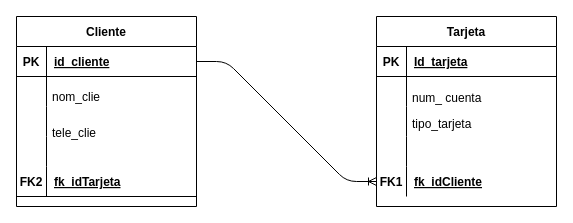
Before: Untitled Diagram.drawio in mecs123/ClienteTarjetaSpringBoot, a draw.io diagram. Source tidied: cells renumbered, new cells numbered last; positions are measured from the earlier drawing's top-left corner, leaving out a move shared by most shapes. Both pictures are drawn from the tidied source at 100%, with x=0, y=0 at pixel (16, 16).
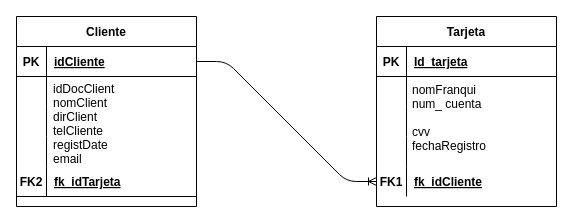
The same diagram, later.

Unchanged cells that the change refers to:
```xml
<mxCell id="3" style="shape=partialRectangle;fillColor=none;top=0;left=0;bottom=1;right=0;points=[[0,0.5],[1,0.5]];portConstraint=eastwest;" parent="2" vertex="1">
  <mxGeometry y="30" width="180" height="30" as="geometry" />
</mxCell>
```

Change to the diagram source:
```diff
@@
-    <mxCell id="5" value="id_cliente" style="shape=partialRectangle;fillColor=none;top=0;left=0;bottom=0;right=0;align=left;spacingLeft=6;fontStyle=5;overflow=hidden;" parent="3" vertex="1">
+    <mxCell id="5" value="idCliente" style="shape=partialRectangle;fillColor=none;top=0;left=0;bottom=0;right=0;align=left;spacingLeft=6;fontStyle=5;overflow=hidden;" parent="3" vertex="1">
       <mxGeometry x="30" width="150" height="30" as="geometry" />
     </mxCell>
@@
-    <mxCell id="34" value="num_ cuenta" style="text;strokeColor=none;fillColor=none;align=left;verticalAlign=top;spacingLeft=4;spacingRight=4;overflow=hidden;" parent="1" vertex="1">
-      <mxGeometry x="390" y="68" width="140" height="26" as="geometry" />
-    </mxCell>
-    <mxCell id="35" value="tipo_tarjeta" style="text;strokeColor=none;fillColor=none;align=left;verticalAlign=top;spacingLeft=4;spacingRight=4;overflow=hidden;" parent="1" vertex="1">
-      <mxGeometry x="390" y="94" width="140" height="26" as="geometry" />
+    <mxCell id="35" value="nomFranqui&#10;num_ cuenta&#10;&#10;cvv&#10;fechaRegistro" style="text;strokeColor=none;fillColor=none;align=left;verticalAlign=top;spacingLeft=4;spacingRight=4;overflow=hidden;" parent="1" vertex="1">
+      <mxGeometry x="390" y="60" width="140" height="80" as="geometry" />
     </mxCell>
-    <mxCell id="36" value="nom_clie" style="text;strokeColor=none;fillColor=none;align=left;verticalAlign=top;spacingLeft=4;spacingRight=4;overflow=hidden;" parent="1" vertex="1">
-      <mxGeometry x="30" y="67" width="140" height="26" as="geometry" />
+    <mxCell id="36" value="idDocClient&#10;nomClient&#10;dirClient&#10;telCliente&#10;registDate&#10;email&#10;" style="text;strokeColor=none;fillColor=none;align=left;verticalAlign=top;spacingLeft=4;spacingRight=4;overflow=hidden;" parent="1" vertex="1">
+      <mxGeometry x="31" y="58.5" width="140" height="91.5" as="geometry" />
     </mxCell>
-    <mxCell id="37" value="tele_clie" style="text;strokeColor=none;fillColor=none;align=left;verticalAlign=top;spacingLeft=4;spacingRight=4;overflow=hidden;" parent="1" vertex="1">
-      <mxGeometry x="30" y="103" width="140" height="26" as="geometry" />
-    </mxCell>
```
